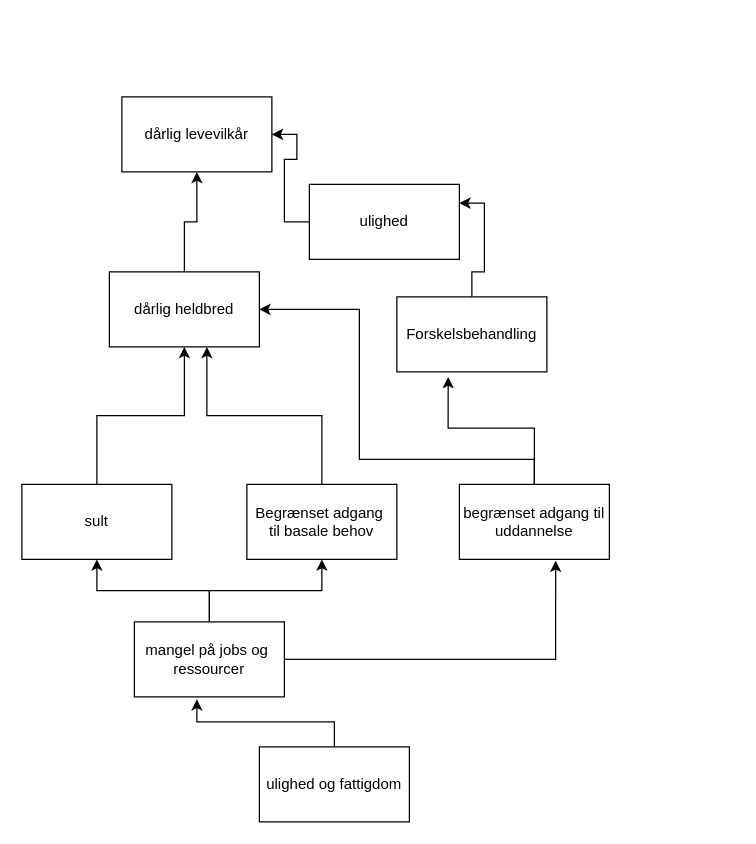
Before: problemtræ.drawio in sival19/DenBedsteGruppe, a draw.io diagram. Source tidied: cells renumbered, new cells numbered last; positions are measured from the earlier drawing's top-left corner, leaving out a move shared by most shapes. Both pictures are drawn from the tidied source at 125%, with x=0, y=0 at pixel (21, 96).
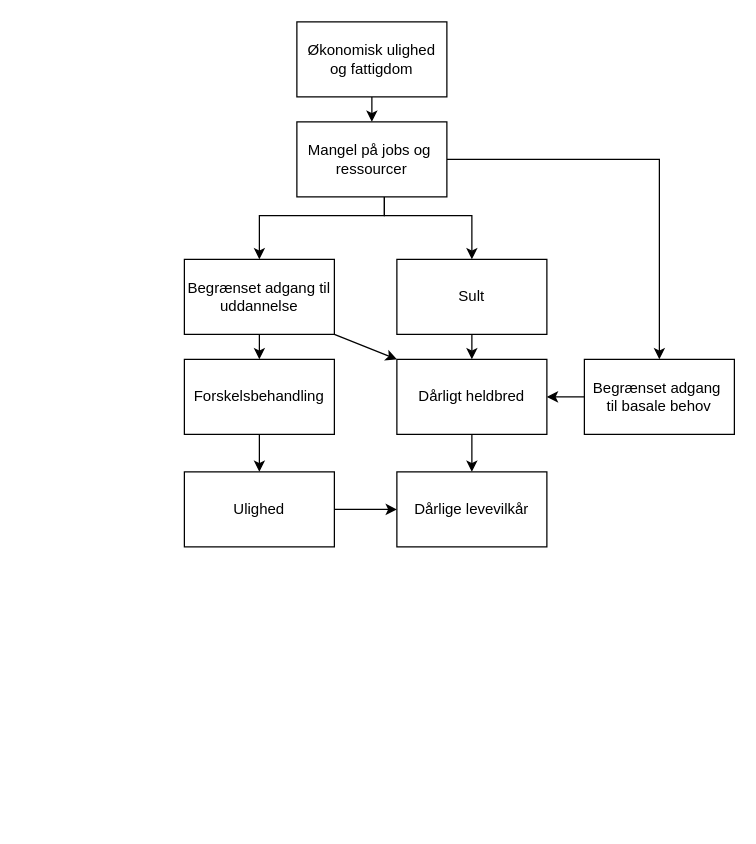
Above is the later version.

Diff of the diagram source:
```diff
@@
-    <mxCell id="2" style="edgeStyle=orthogonalEdgeStyle;rounded=0;jettySize=auto;html=1;entryX=0.65;entryY=1;entryDx=0;entryDy=0;entryPerimeter=0;" parent="1" edge="1" source="3" target="21">
+    <mxCell id="2" style="edgeStyle=orthogonalEdgeStyle;rounded=0;jettySize=auto;html=1;entryX=1;entryY=0.5;entryDx=0;entryDy=0;noEdgeStyle=1;orthogonal=1;" parent="1" edge="1" source="3" target="21">
       <mxGeometry relative="1" as="geometry" />
     </mxCell>
     <mxCell id="3" value="Begrænset adgang&amp;nbsp;&lt;br&gt;til basale behov" style="rounded=0;whiteSpace=wrap;html=1;" parent="1" vertex="1">
-      <mxGeometry x="180" y="310" width="120" height="60" as="geometry" />
+      <mxGeometry x="450" y="210" width="120" height="60" as="geometry" />
     </mxCell>
-    <mxCell id="4" style="edgeStyle=orthogonalEdgeStyle;rounded=0;jettySize=auto;html=1;" parent="1" edge="1" source="5" target="21">
-      <mxGeometry relative="1" as="geometry" />
+    <mxCell id="4" style="edgeStyle=orthogonalEdgeStyle;rounded=0;jettySize=auto;html=1;noEdgeStyle=1;orthogonal=1;" parent="1" edge="1" source="5" target="21">
+      <mxGeometry relative="1" as="geometry">
+        <Array as="points">
+          <mxPoint x="360" y="160" />
+          <mxPoint x="360" y="180" />
+        </Array>
+      </mxGeometry>
     </mxCell>
-    <mxCell id="5" value="sult" style="rounded=0;whiteSpace=wrap;html=1;" parent="1" vertex="1">
-      <mxGeometry y="310" width="120" height="60" as="geometry" />
+    <mxCell id="5" value="Sult" style="rounded=0;whiteSpace=wrap;html=1;" parent="1" vertex="1">
+      <mxGeometry x="300" y="130" width="120" height="60" as="geometry" />
     </mxCell>
-    <mxCell id="6" style="edgeStyle=orthogonalEdgeStyle;rounded=0;jettySize=auto;html=1;entryX=0.5;entryY=1;entryDx=0;entryDy=0;" parent="1" edge="1" source="9" target="5">
-      <mxGeometry relative="1" as="geometry" />
+    <mxCell id="6" style="edgeStyle=orthogonalEdgeStyle;rounded=0;jettySize=auto;html=1;entryDx=0;entryDy=0;noEdgeStyle=1;orthogonal=1;" parent="1" edge="1" source="9" target="5">
+      <mxGeometry relative="1" as="geometry">
+        <Array as="points">
+          <mxPoint x="290" y="80" />
+          <mxPoint x="290" y="95" />
+          <mxPoint x="360" y="95" />
+          <mxPoint x="360" y="100" />
+        </Array>
+      </mxGeometry>
     </mxCell>
+    <mxCell id="8" style="edgeStyle=orthogonalEdgeStyle;rounded=0;jettySize=auto;html=1;entryDx=0;entryDy=0;noEdgeStyle=1;orthogonal=1;exitDx=0;exitDy=0;" parent="1" edge="1" source="9" target="14">
+      <mxGeometry relative="1" as="geometry">
+        <Array as="points">
+          <mxPoint x="290" y="80" />
+          <mxPoint x="290" y="95" />
+          <mxPoint x="190" y="95" />
+          <mxPoint x="190" y="100" />
+        </Array>
+      </mxGeometry>
+    </mxCell>
-    <mxCell id="7" style="edgeStyle=orthogonalEdgeStyle;rounded=0;jettySize=auto;html=1;entryX=0.5;entryY=1;entryDx=0;entryDy=0;" parent="1" edge="1" source="9" target="3">
+    <mxCell id="7" style="edgeStyle=orthogonalEdgeStyle;rounded=0;jettySize=auto;html=1;" parent="1" edge="1" source="9" target="3">
       <mxGeometry relative="1" as="geometry" />
     </mxCell>
-    <mxCell id="8" style="edgeStyle=orthogonalEdgeStyle;rounded=0;jettySize=auto;html=1;entryX=0.642;entryY=1.017;entryDx=0;entryDy=0;entryPerimeter=0;" parent="1" edge="1" source="9" target="14">
-      <mxGeometry relative="1" as="geometry" />
-    </mxCell>
-    <mxCell id="9" value="mangel på jobs og&amp;nbsp;&lt;br&gt;ressourcer" style="rounded=0;whiteSpace=wrap;html=1;" parent="1" vertex="1">
-      <mxGeometry x="90" y="420" width="120" height="60" as="geometry" />
+    <mxCell id="9" value="Mangel på jobs og&amp;nbsp;&lt;br&gt;ressourcer" style="rounded=0;whiteSpace=wrap;html=1;" parent="1" vertex="1">
+      <mxGeometry x="220" y="20" width="120" height="60" as="geometry" />
     </mxCell>
-    <mxCell id="10" style="edgeStyle=orthogonalEdgeStyle;rounded=0;jettySize=auto;html=1;entryX=1;entryY=0.25;entryDx=0;entryDy=0;" parent="1" edge="1" source="11" target="19">
-      <mxGeometry relative="1" as="geometry" />
+    <mxCell id="10" style="edgeStyle=orthogonalEdgeStyle;rounded=0;jettySize=auto;html=1;noEdgeStyle=1;orthogonal=1;" parent="1" edge="1" source="11" target="19">
+      <mxGeometry relative="1" as="geometry">
+        <Array as="points">
+          <mxPoint x="190" y="240" />
+          <mxPoint x="190" y="260" />
+        </Array>
+      </mxGeometry>
     </mxCell>
     <mxCell id="11" value="Forskelsbehandling" style="rounded=0;whiteSpace=wrap;html=1;" parent="1" vertex="1">
-      <mxGeometry x="300" y="160" width="120" height="60" as="geometry" />
+      <mxGeometry x="130" y="210" width="120" height="60" as="geometry" />
     </mxCell>
-    <mxCell id="12" style="edgeStyle=orthogonalEdgeStyle;rounded=0;jettySize=auto;html=1;entryX=0.342;entryY=1.067;entryDx=0;entryDy=0;entryPerimeter=0;" parent="1" edge="1" source="14" target="11">
-      <mxGeometry relative="1" as="geometry" />
+    <mxCell id="12" style="edgeStyle=orthogonalEdgeStyle;rounded=0;jettySize=auto;html=1;entryDx=0;entryDy=0;noEdgeStyle=1;orthogonal=1;" parent="1" edge="1" source="14" target="11">
+      <mxGeometry relative="1" as="geometry">
+        <Array as="points">
+          <mxPoint x="190" y="160" />
+          <mxPoint x="190" y="180" />
+        </Array>
+      </mxGeometry>
     </mxCell>
-    <mxCell id="13" style="edgeStyle=orthogonalEdgeStyle;rounded=0;jettySize=auto;html=1;entryX=1;entryY=0.5;entryDx=0;entryDy=0;" parent="1" edge="1" source="14" target="21">
-      <mxGeometry relative="1" as="geometry">
-        <Array as="points">
-          <mxPoint x="410" y="290" />
-          <mxPoint x="270" y="290" />
-          <mxPoint x="270" y="170" />
-        </Array>
-      </mxGeometry>
+    <mxCell id="13" style="edgeStyle=orthogonalEdgeStyle;rounded=0;jettySize=auto;html=1;entryDx=0;entryDy=0;noEdgeStyle=1;orthogonal=1;entryPerimeter=0;" parent="1" edge="1" source="14" target="21">
+      <mxGeometry relative="1" as="geometry" />
     </mxCell>
-    <mxCell id="14" value="begrænset adgang til&lt;br&gt;uddannelse" style="rounded=0;whiteSpace=wrap;html=1;" parent="1" vertex="1">
-      <mxGeometry x="350" y="310" width="120" height="60" as="geometry" />
+    <mxCell id="14" value="Begrænset adgang til&lt;br&gt;uddannelse" style="rounded=0;whiteSpace=wrap;html=1;" parent="1" vertex="1">
+      <mxGeometry x="130" y="130" width="120" height="60" as="geometry" />
     </mxCell>
-    <mxCell id="15" style="edgeStyle=orthogonalEdgeStyle;rounded=0;jettySize=auto;html=1;entryX=0.417;entryY=1.033;entryDx=0;entryDy=0;entryPerimeter=0;" parent="1" edge="1" source="16" target="9">
+    <mxCell id="15" style="edgeStyle=orthogonalEdgeStyle;rounded=0;jettySize=auto;html=1;entryDx=0;entryDy=0;noEdgeStyle=1;orthogonal=1;entryX=0.5;entryY=0;exitX=0.5;exitY=1;exitDx=0;exitDy=0;" parent="1" edge="1" source="16" target="9">
       <mxGeometry relative="1" as="geometry" />
     </mxCell>
-    <mxCell id="16" value="ulighed og fattigdom" style="rounded=0;whiteSpace=wrap;html=1;" parent="1" vertex="1">
-      <mxGeometry x="190" y="520" width="120" height="60" as="geometry" />
+    <mxCell id="16" value="Økonomisk ulighed og fattigdom" style="rounded=0;whiteSpace=wrap;html=1;" parent="1" vertex="1">
+      <mxGeometry x="220" y="-60" width="120" height="60" as="geometry" />
     </mxCell>
-    <mxCell id="17" value="dårlig levevilkår" style="rounded=0;whiteSpace=wrap;html=1;" parent="1" vertex="1">
-      <mxGeometry x="80" width="120" height="60" as="geometry" />
+    <mxCell id="17" value="Dårlige levevilkår" style="rounded=0;whiteSpace=wrap;html=1;" parent="1" vertex="1">
+      <mxGeometry x="300" y="300" width="120" height="60" as="geometry" />
     </mxCell>
-    <mxCell id="18" style="edgeStyle=orthogonalEdgeStyle;rounded=0;jettySize=auto;html=1;entryX=1;entryY=0.5;entryDx=0;entryDy=0;" parent="1" edge="1" source="19" target="17">
+    <mxCell id="18" style="edgeStyle=orthogonalEdgeStyle;rounded=0;jettySize=auto;html=1;entryX=0;entryY=0.5;entryDx=0;entryDy=0;noEdgeStyle=1;orthogonal=1;" parent="1" edge="1" source="19" target="17">
       <mxGeometry relative="1" as="geometry" />
     </mxCell>
-    <mxCell id="19" value="ulighed" style="rounded=0;whiteSpace=wrap;html=1;" parent="1" vertex="1">
-      <mxGeometry x="230" y="70" width="120" height="60" as="geometry" />
+    <mxCell id="19" value="Ulighed" style="rounded=0;whiteSpace=wrap;html=1;" parent="1" vertex="1">
+      <mxGeometry x="130" y="300" width="120" height="60" as="geometry" />
     </mxCell>
-    <mxCell id="20" style="edgeStyle=orthogonalEdgeStyle;rounded=0;jettySize=auto;html=1;" parent="1" edge="1" source="21" target="17">
-      <mxGeometry relative="1" as="geometry" />
+    <mxCell id="20" style="edgeStyle=orthogonalEdgeStyle;rounded=0;jettySize=auto;html=1;noEdgeStyle=1;orthogonal=1;" parent="1" edge="1" source="21" target="17">
+      <mxGeometry relative="1" as="geometry">
+        <Array as="points">
+          <mxPoint x="360" y="240" />
+          <mxPoint x="360" y="260" />
+        </Array>
+      </mxGeometry>
     </mxCell>
-    <mxCell id="21" value="dårlig heldbred" style="rounded=0;whiteSpace=wrap;html=1;" parent="1" vertex="1">
-      <mxGeometry x="70" y="140" width="120" height="60" as="geometry" />
+    <mxCell id="21" value="Dårligt heldbred" style="rounded=0;whiteSpace=wrap;html=1;" parent="1" vertex="1">
+      <mxGeometry x="300" y="210" width="120" height="60" as="geometry" />
     </mxCell>
```
